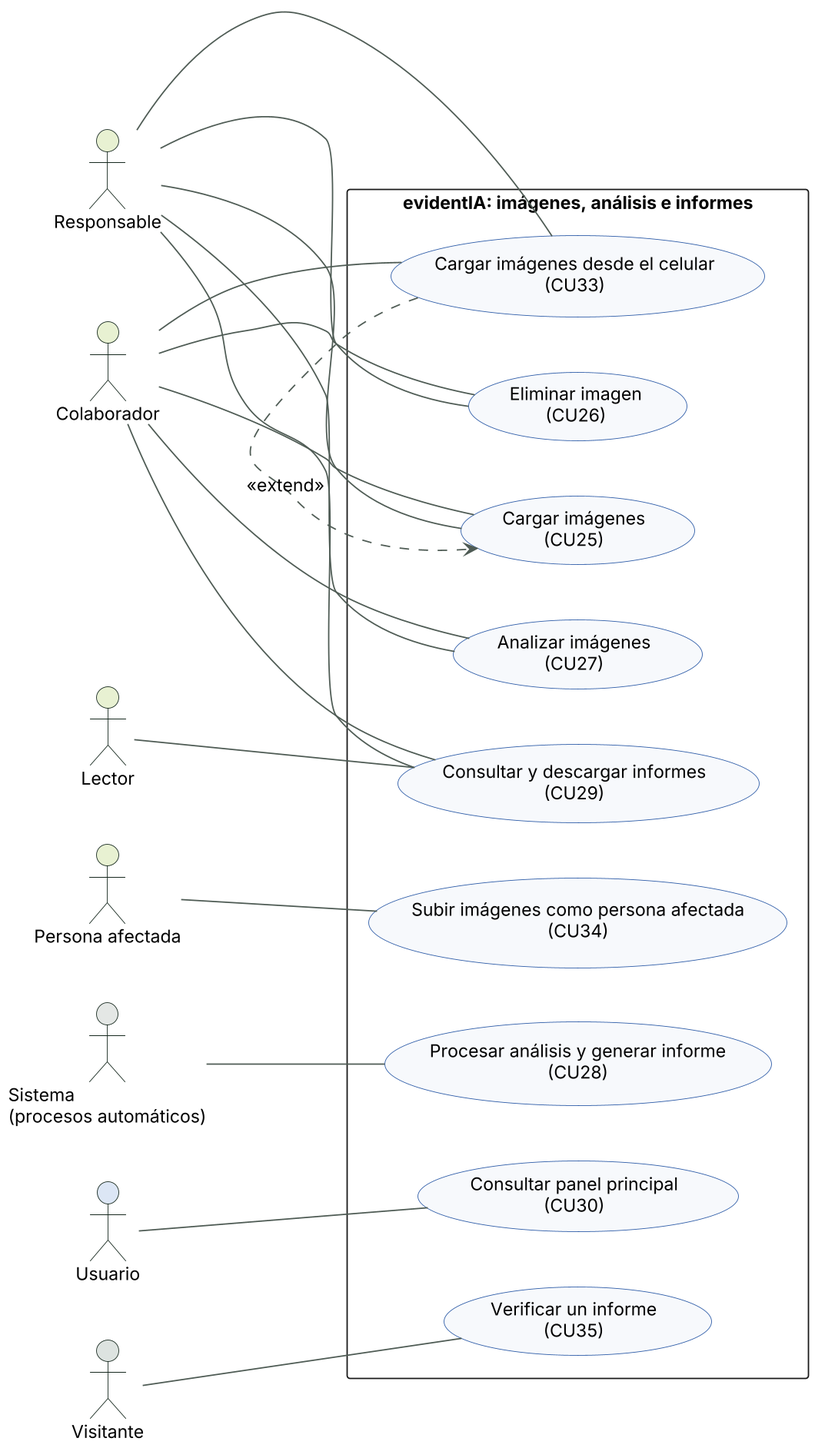
Before: docs/arquitectura/diagramas/09d-casos-de-uso.png, a diagram exported from PlantUML (valentinasalmon/PFG-sistema-deteccion-IA). The source it was exported from:
```plantuml
@startuml casos-de-uso-imágenesanálisiseinformes
skinparamlocked dpi 170
skinparam defaultFontName Arial
skinparam defaultFontSize 13
skinparam shadowing false
skinparam ArrowColor #4E5B54
skinparam nodesep 40
skinparam ranksep 55
left to right direction
skinparam usecaseBackgroundColor #F7F9FC
skinparam usecaseBorderColor #2F5DA8
skinparam actorBorderColor #17291F
skinparam packageStyle rectangle

actor "Colaborador" as colaborador #E8F1D2
actor "Lector" as lector #E8F1D2
actor "Persona afectada" as personaafectada #E8F1D2
actor "Responsable" as responsable #E8F1D2
actor "Sistema\n(procesos automáticos)" as sistema #E4E7E5
actor "Usuario" as usuario #DCE6F5
actor "Visitante" as visitante #DDE3E0
rectangle "evidentIA: imágenes, análisis e informes" {
  usecase "Cargar imágenes\n(CU25)" as CU25
  usecase "Eliminar imagen\n(CU26)" as CU26
  usecase "Analizar imágenes\n(CU27)" as CU27
  usecase "Procesar análisis y generar informe\n(CU28)" as CU28
  usecase "Consultar y descargar informes\n(CU29)" as CU29
  usecase "Consultar panel principal\n(CU30)" as CU30
  usecase "Cargar imágenes desde el celular\n(CU33)" as CU33
  usecase "Subir imágenes como persona afectada\n(CU34)" as CU34
  usecase "Verificar un informe\n(CU35)" as CU35
}
responsable -- CU25
colaborador -- CU25
responsable -- CU26
colaborador -- CU26
responsable -- CU27
colaborador -- CU27
sistema -- CU28
responsable -- CU29
colaborador -- CU29
lector -- CU29
usuario -- CU30
responsable -- CU33
colaborador -- CU33
personaafectada -- CU34
visitante -- CU35
CU33 .> CU25 : <<extend>>
@enduml
```
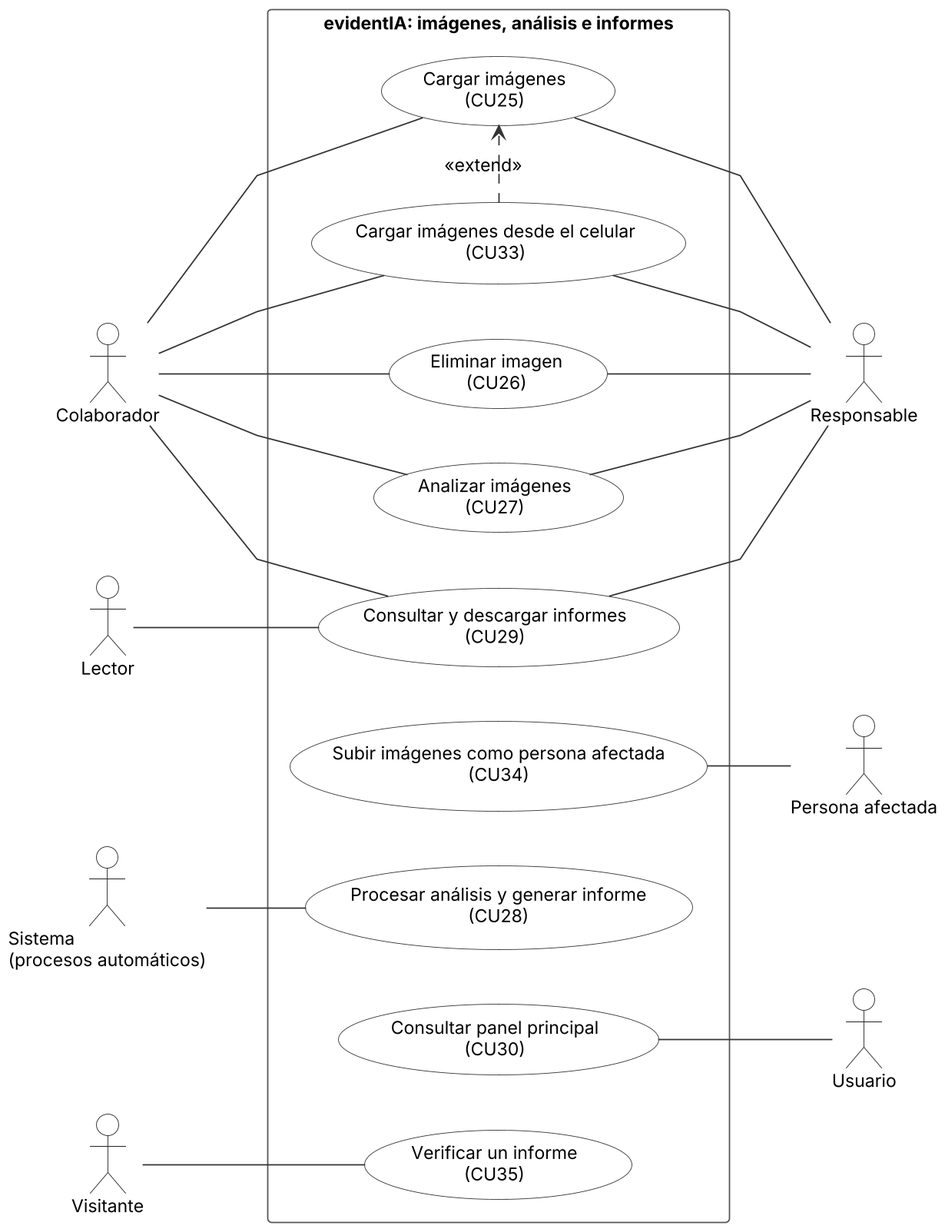
After the commit.

Diff of the diagram source:
```diff
@@ -6,44 +6,54 @@
 skinparam ArrowColor #4E5B54
 skinparam nodesep 40
 skinparam ranksep 55
+skinparam linetype polyline
+skinparam ArrowColor #333333
+skinparam actor {
+  BorderColor #222222
+  BackgroundColor #FFFFFF
+}
+skinparam usecase {
+  BorderColor #333333
+  BackgroundColor #FFFFFF
+}
+skinparam rectangle {
+  BorderColor #555555
+  FontStyle bold
+}
 left to right direction
-skinparam usecaseBackgroundColor #F7F9FC
-skinparam usecaseBorderColor #2F5DA8
-skinparam actorBorderColor #17291F
-skinparam packageStyle rectangle
 
-actor "Colaborador" as colaborador #E8F1D2
-actor "Lector" as lector #E8F1D2
-actor "Persona afectada" as personaafectada #E8F1D2
-actor "Responsable" as responsable #E8F1D2
-actor "Sistema\n(procesos automáticos)" as sistema #E4E7E5
-actor "Usuario" as usuario #DCE6F5
-actor "Visitante" as visitante #DDE3E0
+actor "Colaborador" as colaborador
+actor "Responsable" as responsable
+actor "Lector" as lector
+actor "Persona afectada" as personaafectada
+actor "Sistema\n(procesos automáticos)" as sistema
+actor "Usuario" as usuario
+actor "Visitante" as visitante
 rectangle "evidentIA: imágenes, análisis e informes" {
   usecase "Cargar imágenes\n(CU25)" as CU25
   usecase "Eliminar imagen\n(CU26)" as CU26
   usecase "Analizar imágenes\n(CU27)" as CU27
-  usecase "Procesar análisis y generar informe\n(CU28)" as CU28
   usecase "Consultar y descargar informes\n(CU29)" as CU29
-  usecase "Consultar panel principal\n(CU30)" as CU30
   usecase "Cargar imágenes desde el celular\n(CU33)" as CU33
   usecase "Subir imágenes como persona afectada\n(CU34)" as CU34
+  usecase "Procesar análisis y generar informe\n(CU28)" as CU28
+  usecase "Consultar panel principal\n(CU30)" as CU30
   usecase "Verificar un informe\n(CU35)" as CU35
 }
-responsable -- CU25
+CU25 -- responsable
 colaborador -- CU25
-responsable -- CU26
+CU26 -- responsable
 colaborador -- CU26
-responsable -- CU27
+CU27 -- responsable
 colaborador -- CU27
-sistema -- CU28
-responsable -- CU29
+CU29 -- responsable
 colaborador -- CU29
 lector -- CU29
-usuario -- CU30
-responsable -- CU33
+CU33 -- responsable
 colaborador -- CU33
-personaafectada -- CU34
+CU34 -- personaafectada
+sistema -- CU28
+CU30 -- usuario
 visitante -- CU35
 CU33 .> CU25 : <<extend>>
 @enduml
```
